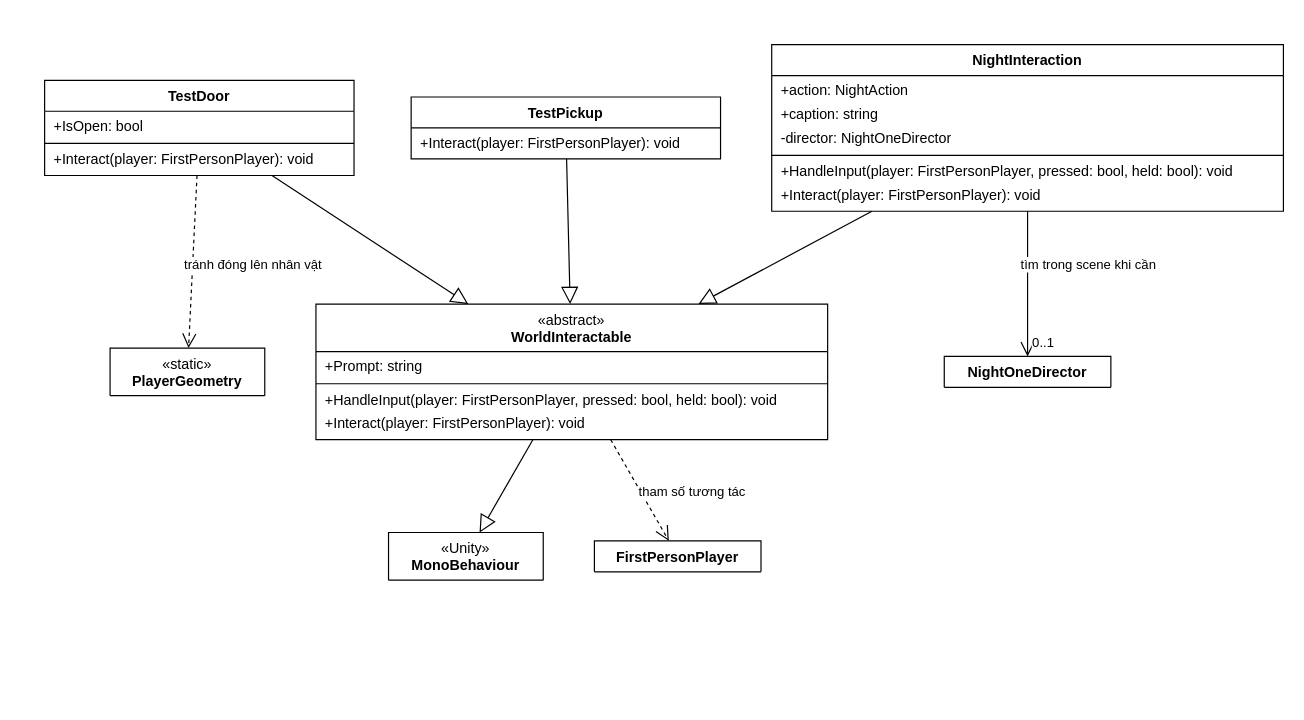
Above: page "Tương tác" (2 of 9) of docs/thiet-ke/lop-game/luoc-do-lop-game.drawio in qivarnq3g/3-gio-12 (draw.io), before the change. Source tidied: cells renumbered, new cells numbered last; positions are measured from the earlier drawing's top-left corner, leaving out a move shared by most shapes. Both pictures are drawn from the tidied source at 119%, with x=0, y=0 at pixel (44, 44).
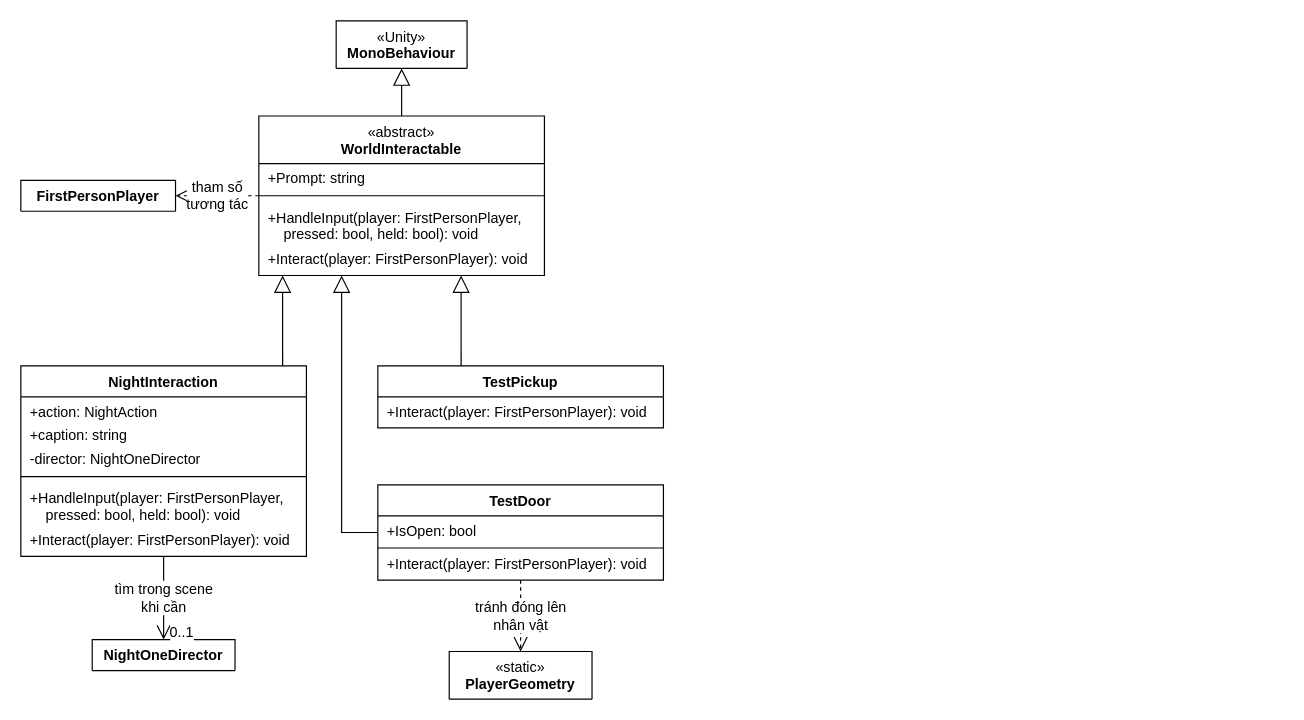
The same page after the edit.

Change to the diagram source:
```diff
@@
     <mxCell id="2" value="«Unity»&lt;br&gt;&lt;b&gt;MonoBehaviour&lt;/b&gt;" style="swimlane;fontStyle=0;html=1;align=center;verticalAlign=top;horizontal=1;startSize=40;whiteSpace=wrap;fontFamily=Arial;fontSize=12;fillColor=#ffffff;swimlaneFillColor=#ffffff;" parent="1" vertex="1">
-      <mxGeometry x="289" y="410" width="130" height="40" as="geometry" />
+      <mxGeometry x="245" y="-20" width="110" height="40" as="geometry" />
     </mxCell>
-    <mxCell id="3" value="&lt;b&gt;FirstPersonPlayer&lt;/b&gt;" style="swimlane;fontStyle=0;html=1;align=center;verticalAlign=top;horizontal=1;startSize=26;whiteSpace=wrap;fontFamily=Arial;fontSize=12;fillColor=#ffffff;swimlaneFillColor=#ffffff;" parent="1" vertex="1">
-      <mxGeometry x="462" y="417" width="140" height="26" as="geometry" />
-    </mxCell>
     <mxCell id="4" value="«abstract»&lt;br&gt;&lt;b&gt;WorldInteractable&lt;/b&gt;" style="swimlane;fontStyle=0;html=1;align=center;verticalAlign=top;horizontal=1;startSize=40;whiteSpace=wrap;fontFamily=Arial;fontSize=12;fillColor=#ffffff;swimlaneFillColor=#ffffff;" parent="1" vertex="1">
-      <mxGeometry x="228" y="218" width="430" height="114" as="geometry" />
+      <mxGeometry x="180" y="60" width="240" height="134" as="geometry" />
     </mxCell>
     <mxCell id="5" value="+Prompt: string" style="text;strokeColor=none;fillColor=none;align=left;verticalAlign=middle;spacingLeft=6;spacingRight=4;overflow=hidden;html=1;fontFamily=Arial;fontSize=12;" parent="4" vertex="1">
-      <mxGeometry y="43" width="430" height="20" as="geometry" />
+      <mxGeometry y="43" width="240" height="20" as="geometry" />
     </mxCell>
-    <mxCell id="6" style="line;strokeWidth=1;fillColor=none;align=left;verticalAlign=middle;spacingTop=-1;spacingLeft=3;spacingRight=3;labelPosition=right;" parent="4" vertex="1">
-      <mxGeometry y="63" width="430" height="8" as="geometry" />
-    </mxCell>
-    <mxCell id="7" value="+HandleInput(player: FirstPersonPlayer, pressed: bool, held: bool): void" style="text;strokeColor=none;fillColor=none;align=left;verticalAlign=middle;spacingLeft=6;spacingRight=4;overflow=hidden;html=1;fontFamily=Arial;fontSize=12;" parent="4" vertex="1">
-      <mxGeometry y="71" width="430" height="20" as="geometry" />
-    </mxCell>
-    <mxCell id="8" value="+Interact(player: FirstPersonPlayer): void" style="text;strokeColor=none;fillColor=none;align=left;verticalAlign=middle;spacingLeft=6;spacingRight=4;overflow=hidden;html=1;fontFamily=Arial;fontSize=12;" parent="4" vertex="1">
-      <mxGeometry y="91" width="430" height="20" as="geometry" />
-    </mxCell>
-    <mxCell id="9" value="&lt;b&gt;TestDoor&lt;/b&gt;" style="swimlane;fontStyle=0;html=1;align=center;verticalAlign=top;horizontal=1;startSize=26;whiteSpace=wrap;fontFamily=Arial;fontSize=12;fillColor=#ffffff;swimlaneFillColor=#ffffff;" parent="1" vertex="1">
-      <mxGeometry y="30" width="260" height="80" as="geometry" />
-    </mxCell>
-    <mxCell id="10" value="+IsOpen: bool" style="text;strokeColor=none;fillColor=none;align=left;verticalAlign=middle;spacingLeft=6;spacingRight=4;overflow=hidden;html=1;fontFamily=Arial;fontSize=12;" parent="9" vertex="1">
-      <mxGeometry y="29" width="260" height="20" as="geometry" />
-    </mxCell>
-    <mxCell id="11" style="line;strokeWidth=1;fillColor=none;align=left;verticalAlign=middle;spacingTop=-1;spacingLeft=3;spacingRight=3;labelPosition=right;" parent="9" vertex="1">
-      <mxGeometry y="49" width="260" height="8" as="geometry" />
-    </mxCell>
-    <mxCell id="12" value="+Interact(player: FirstPersonPlayer): void" style="text;strokeColor=none;fillColor=none;align=left;verticalAlign=middle;spacingLeft=6;spacingRight=4;overflow=hidden;html=1;fontFamily=Arial;fontSize=12;" parent="9" vertex="1">
-      <mxGeometry y="57" width="260" height="20" as="geometry" />
-    </mxCell>
-    <mxCell id="13" value="&lt;b&gt;TestPickup&lt;/b&gt;" style="swimlane;fontStyle=0;html=1;align=center;verticalAlign=top;horizontal=1;startSize=26;whiteSpace=wrap;fontFamily=Arial;fontSize=12;fillColor=#ffffff;swimlaneFillColor=#ffffff;" parent="1" vertex="1">
-      <mxGeometry x="308" y="44" width="260" height="52" as="geometry" />
-    </mxCell>
-    <mxCell id="14" value="+Interact(player: FirstPersonPlayer): void" style="text;strokeColor=none;fillColor=none;align=left;verticalAlign=middle;spacingLeft=6;spacingRight=4;overflow=hidden;html=1;fontFamily=Arial;fontSize=12;" parent="13" vertex="1">
-      <mxGeometry y="29" width="260" height="20" as="geometry" />
-    </mxCell>
+    <mxCell id="32" style="line;strokeWidth=1;fillColor=none;align=left;verticalAlign=middle;spacingTop=-1;spacingLeft=3;spacingRight=3;labelPosition=right;" parent="4" vertex="1">
+      <mxGeometry y="63" width="240" height="8" as="geometry" />
+    </mxCell>
+    <mxCell id="33" value="+HandleInput(player: FirstPersonPlayer, &lt;br&gt;&amp;nbsp;&amp;nbsp;&amp;nbsp;&amp;nbsp;pressed: bool, held: bool): void" style="text;strokeColor=none;fillColor=none;align=left;spacingLeft=6;spacingRight=4;overflow=hidden;html=1;fontFamily=Arial;verticalAlign=top;spacingTop=1;" parent="4" vertex="1">
+      <mxGeometry y="71" width="240" height="40" as="geometry" />
+    </mxCell>
+    <mxCell id="34" value="+Interact(player: FirstPersonPlayer): void" style="text;strokeColor=none;fillColor=none;align=left;verticalAlign=middle;spacingLeft=6;spacingRight=4;overflow=hidden;html=1;fontFamily=Arial;fontSize=12;" parent="4" vertex="1">
+      <mxGeometry y="111" width="240" height="20" as="geometry" />
+    </mxCell>
+    <mxCell id="3" value="&lt;b&gt;FirstPersonPlayer&lt;/b&gt;" style="swimlane;fontStyle=0;html=1;align=center;verticalAlign=top;horizontal=1;startSize=26;whiteSpace=wrap;fontFamily=Arial;fontSize=12;fillColor=#ffffff;swimlaneFillColor=#ffffff;" parent="1" vertex="1">
+      <mxGeometry x="-20" y="114" width="130" height="26" as="geometry" />
+    </mxCell>
     <mxCell id="15" value="&lt;b&gt;NightInteraction&lt;/b&gt;" style="swimlane;fontStyle=0;html=1;align=center;verticalAlign=top;horizontal=1;startSize=26;whiteSpace=wrap;fontFamily=Arial;fontSize=12;fillColor=#ffffff;swimlaneFillColor=#ffffff;" parent="1" vertex="1">
-      <mxGeometry x="611" width="430" height="140" as="geometry" />
+      <mxGeometry x="-20" y="270" width="240" height="160" as="geometry" />
     </mxCell>
     <mxCell id="16" value="+action: NightAction" style="text;strokeColor=none;fillColor=none;align=left;verticalAlign=middle;spacingLeft=6;spacingRight=4;overflow=hidden;html=1;fontFamily=Arial;fontSize=12;" parent="15" vertex="1">
-      <mxGeometry y="29" width="430" height="20" as="geometry" />
+      <mxGeometry y="29" width="240" height="20" as="geometry" />
     </mxCell>
     <mxCell id="17" value="+caption: string" style="text;strokeColor=none;fillColor=none;align=left;verticalAlign=middle;spacingLeft=6;spacingRight=4;overflow=hidden;html=1;fontFamily=Arial;fontSize=12;" parent="15" vertex="1">
-      <mxGeometry y="49" width="430" height="20" as="geometry" />
+      <mxGeometry y="49" width="240" height="20" as="geometry" />
     </mxCell>
     <mxCell id="18" value="-director: NightOneDirector" style="text;strokeColor=none;fillColor=none;align=left;verticalAlign=middle;spacingLeft=6;spacingRight=4;overflow=hidden;html=1;fontFamily=Arial;fontSize=12;" parent="15" vertex="1">
-      <mxGeometry y="69" width="430" height="20" as="geometry" />
+      <mxGeometry y="69" width="240" height="20" as="geometry" />
     </mxCell>
-    <mxCell id="19" style="line;strokeWidth=1;fillColor=none;align=left;verticalAlign=middle;spacingTop=-1;spacingLeft=3;spacingRight=3;labelPosition=right;" parent="15" vertex="1">
-      <mxGeometry y="89" width="430" height="8" as="geometry" />
-    </mxCell>
-    <mxCell id="20" value="+HandleInput(player: FirstPersonPlayer, pressed: bool, held: bool): void" style="text;strokeColor=none;fillColor=none;align=left;verticalAlign=middle;spacingLeft=6;spacingRight=4;overflow=hidden;html=1;fontFamily=Arial;fontSize=12;" parent="15" vertex="1">
-      <mxGeometry y="97" width="430" height="20" as="geometry" />
-    </mxCell>
-    <mxCell id="21" value="+Interact(player: FirstPersonPlayer): void" style="text;strokeColor=none;fillColor=none;align=left;verticalAlign=middle;spacingLeft=6;spacingRight=4;overflow=hidden;html=1;fontFamily=Arial;fontSize=12;" parent="15" vertex="1">
-      <mxGeometry y="117" width="430" height="20" as="geometry" />
-    </mxCell>
+    <mxCell id="35" style="line;strokeWidth=1;fillColor=none;align=left;verticalAlign=middle;spacingTop=-1;spacingLeft=3;spacingRight=3;labelPosition=right;" parent="15" vertex="1">
+      <mxGeometry y="89" width="240" height="8" as="geometry" />
+    </mxCell>
+    <mxCell id="36" value="+HandleInput(player: FirstPersonPlayer, &lt;br&gt;&amp;nbsp;&amp;nbsp;&amp;nbsp;&amp;nbsp;pressed: bool, held: bool): void" style="text;strokeColor=none;fillColor=none;align=left;spacingLeft=6;spacingRight=4;overflow=hidden;html=1;fontFamily=Arial;verticalAlign=top;spacingTop=1;" parent="15" vertex="1">
+      <mxGeometry y="97" width="240" height="40" as="geometry" />
+    </mxCell>
+    <mxCell id="37" value="+Interact(player: FirstPersonPlayer): void" style="text;strokeColor=none;fillColor=none;align=left;verticalAlign=middle;spacingLeft=6;spacingRight=4;overflow=hidden;html=1;fontFamily=Arial;fontSize=12;" parent="15" vertex="1">
+      <mxGeometry y="137" width="240" height="20" as="geometry" />
+    </mxCell>
+    <mxCell id="23" value="&lt;b&gt;NightOneDirector&lt;/b&gt;" style="swimlane;fontStyle=0;html=1;align=center;verticalAlign=top;horizontal=1;startSize=26;whiteSpace=wrap;fontFamily=Arial;fontSize=12;fillColor=#ffffff;swimlaneFillColor=#ffffff;" parent="1" vertex="1">
+      <mxGeometry x="40" y="500" width="120" height="26" as="geometry" />
+    </mxCell>
+    <mxCell id="13" value="&lt;b&gt;TestPickup&lt;/b&gt;" style="swimlane;fontStyle=0;html=1;align=center;verticalAlign=top;horizontal=1;startSize=26;whiteSpace=wrap;fontFamily=Arial;fontSize=12;fillColor=#ffffff;swimlaneFillColor=#ffffff;" parent="1" vertex="1">
+      <mxGeometry x="280" y="270" width="240" height="52" as="geometry" />
+    </mxCell>
+    <mxCell id="38" value="+Interact(player: FirstPersonPlayer): void" style="text;strokeColor=none;fillColor=none;align=left;verticalAlign=middle;spacingLeft=6;spacingRight=4;overflow=hidden;html=1;fontFamily=Arial;fontSize=12;" parent="13" vertex="1">
+      <mxGeometry y="29" width="240" height="20" as="geometry" />
+    </mxCell>
+    <mxCell id="9" value="&lt;b&gt;TestDoor&lt;/b&gt;" style="swimlane;fontStyle=0;html=1;align=center;verticalAlign=top;horizontal=1;startSize=26;whiteSpace=wrap;fontFamily=Arial;fontSize=12;fillColor=#ffffff;swimlaneFillColor=#ffffff;" parent="1" vertex="1">
+      <mxGeometry x="280" y="370" width="240" height="80" as="geometry" />
+    </mxCell>
+    <mxCell id="10" value="+IsOpen: bool" style="text;strokeColor=none;fillColor=none;align=left;verticalAlign=middle;spacingLeft=6;spacingRight=4;overflow=hidden;html=1;fontFamily=Arial;fontSize=12;" parent="9" vertex="1">
+      <mxGeometry y="29" width="240" height="20" as="geometry" />
+    </mxCell>
+    <mxCell id="39" style="line;strokeWidth=1;fillColor=none;align=left;verticalAlign=middle;spacingTop=-1;spacingLeft=3;spacingRight=3;labelPosition=right;" parent="9" vertex="1">
+      <mxGeometry y="49" width="240" height="8" as="geometry" />
+    </mxCell>
+    <mxCell id="40" value="+Interact(player: FirstPersonPlayer): void" style="text;strokeColor=none;fillColor=none;align=left;verticalAlign=middle;spacingLeft=6;spacingRight=4;overflow=hidden;html=1;fontFamily=Arial;fontSize=12;" parent="9" vertex="1">
+      <mxGeometry y="57" width="240" height="20" as="geometry" />
+    </mxCell>
     <mxCell id="22" value="«static»&lt;br&gt;&lt;b&gt;PlayerGeometry&lt;/b&gt;" style="swimlane;fontStyle=0;html=1;align=center;verticalAlign=top;horizontal=1;startSize=40;whiteSpace=wrap;fontFamily=Arial;fontSize=12;fillColor=#ffffff;swimlaneFillColor=#ffffff;" parent="1" vertex="1">
-      <mxGeometry x="55" y="255" width="130" height="40" as="geometry" />
+      <mxGeometry x="340" y="510" width="120" height="40" as="geometry" />
     </mxCell>
-    <mxCell id="23" value="&lt;b&gt;NightOneDirector&lt;/b&gt;" style="swimlane;fontStyle=0;html=1;align=center;verticalAlign=top;horizontal=1;startSize=26;whiteSpace=wrap;fontFamily=Arial;fontSize=12;fillColor=#ffffff;swimlaneFillColor=#ffffff;" parent="1" vertex="1">
-      <mxGeometry x="756" y="262" width="140" height="26" as="geometry" />
-    </mxCell>
-    <mxCell id="24" style="html=1;rounded=0;fontFamily=Arial;fontSize=11;labelBackgroundColor=#ffffff;endArrow=block;endFill=0;endSize=12;" parent="1" edge="1" source="4" target="2">
+    <mxCell id="24" style="html=1;fontFamily=Arial;endArrow=block;endFill=0;endSize=12;edgeStyle=orthogonalEdgeStyle;rounded=0;fontSize=12;labelBackgroundColor=#ffffff;exitY=0;exitX=0.5;entryY=1;entryX=0.5;exitPerimeter=0;entryPerimeter=0;" parent="1" edge="1" source="4" target="2">
       <mxGeometry relative="1" as="geometry" />
     </mxCell>
-    <mxCell id="25" style="html=1;rounded=0;fontFamily=Arial;fontSize=11;labelBackgroundColor=#ffffff;endArrow=block;endFill=0;endSize=12;" parent="1" edge="1" source="9" target="4">
+    <mxCell id="25" style="html=1;fontFamily=Arial;endArrow=block;endFill=0;endSize=12;edgeStyle=orthogonalEdgeStyle;rounded=0;fontSize=12;labelBackgroundColor=#ffffff;exitX=0;exitY=0.5;exitPerimeter=0;entryX=0.29;entryY=1;entryPerimeter=0;" parent="1" edge="1" source="9" target="4">
       <mxGeometry relative="1" as="geometry" />
     </mxCell>
-    <mxCell id="26" style="html=1;rounded=0;fontFamily=Arial;fontSize=11;labelBackgroundColor=#ffffff;endArrow=block;endFill=0;endSize=12;" parent="1" edge="1" source="13" target="4">
+    <mxCell id="26" style="html=1;fontFamily=Arial;endArrow=block;endFill=0;endSize=12;edgeStyle=orthogonalEdgeStyle;rounded=0;fontSize=12;labelBackgroundColor=#ffffff;exitY=0;exitX=0.2917;entryY=1;entryX=0.7083;exitPerimeter=0;entryPerimeter=0;" parent="1" edge="1" source="13" target="4">
       <mxGeometry relative="1" as="geometry" />
     </mxCell>
-    <mxCell id="27" style="html=1;rounded=0;fontFamily=Arial;fontSize=11;labelBackgroundColor=#ffffff;endArrow=block;endFill=0;endSize=12;" parent="1" edge="1" source="15" target="4">
+    <mxCell id="27" style="html=1;fontFamily=Arial;endArrow=block;endFill=0;endSize=12;edgeStyle=orthogonalEdgeStyle;rounded=0;fontSize=12;labelBackgroundColor=#ffffff;exitY=0;exitX=0.9167;entryY=1;entryX=0.0833;exitPerimeter=0;entryPerimeter=0;" parent="1" edge="1" source="15" target="4">
       <mxGeometry relative="1" as="geometry" />
     </mxCell>
-    <mxCell id="28" value="tránh đóng lên nhân vật" style="html=1;rounded=0;fontFamily=Arial;fontSize=11;labelBackgroundColor=#ffffff;endArrow=open;endFill=0;endSize=10;dashed=1;" parent="1" edge="1" source="9" target="22">
-      <mxGeometry relative="1" as="geometry">
-        <mxPoint x="51" y="2" as="offset" />
-      </mxGeometry>
+    <mxCell id="28" value="tránh đóng lên&lt;br&gt;nhân vật" style="html=1;fontFamily=Arial;endArrow=open;endFill=0;endSize=10;dashed=1;edgeStyle=orthogonalEdgeStyle;rounded=0;fontSize=12;labelBackgroundColor=#ffffff;exitY=1;exitX=0.5;entryY=0;entryX=0.5;exitPerimeter=0;entryPerimeter=0;" parent="1" edge="1" source="9" target="22">
+      <mxGeometry relative="1" as="geometry" />
     </mxCell>
-    <mxCell id="29" value="tham số tương tác" style="html=1;rounded=0;fontFamily=Arial;fontSize=11;labelBackgroundColor=#ffffff;endArrow=open;endFill=0;endSize=10;dashed=1;" parent="1" edge="1" source="4" target="3">
-      <mxGeometry relative="1" as="geometry">
-        <mxPoint x="44" y="2" as="offset" />
-      </mxGeometry>
+    <mxCell id="29" value="tham số&lt;br&gt;tương tác" style="html=1;fontFamily=Arial;endArrow=open;endFill=0;endSize=10;dashed=1;edgeStyle=orthogonalEdgeStyle;rounded=0;fontSize=12;labelBackgroundColor=#ffffff;exitX=0;exitY=0.5;entryX=1;entryY=0.5;exitPerimeter=0;entryPerimeter=0;" parent="1" edge="1" source="4" target="3">
+      <mxGeometry relative="1" as="geometry" />
     </mxCell>
-    <mxCell id="30" value="tìm trong scene khi cần" style="html=1;rounded=0;fontFamily=Arial;fontSize=11;labelBackgroundColor=#ffffff;endArrow=open;endFill=0;endSize=10;" parent="1" edge="1" source="15" target="23">
-      <mxGeometry relative="1" as="geometry">
-        <mxPoint x="51" y="-16" as="offset" />
-      </mxGeometry>
+    <mxCell id="30" value="tìm trong scene&lt;br&gt;khi cần" style="html=1;fontFamily=Arial;endArrow=open;endFill=0;endSize=10;edgeStyle=orthogonalEdgeStyle;rounded=0;fontSize=12;labelBackgroundColor=#ffffff;exitY=1;exitX=0.5;entryY=0;entryX=0.5;exitPerimeter=0;entryPerimeter=0;" parent="1" edge="1" source="15" target="23">
+      <mxGeometry relative="1" as="geometry" />
     </mxCell>
-    <mxCell id="31" value="0..1" style="html=1;align=center;verticalAlign=middle;fontFamily=Arial;fontSize=11;labelBackgroundColor=#ffffff;" parent="30" vertex="1">
+    <mxCell id="31" value="0..1" style="html=1;align=center;verticalAlign=middle;fontFamily=Arial;labelBackgroundColor=#ffffff;fontSize=12;" parent="30" vertex="1">
       <mxGeometry x="0.8" relative="1" as="geometry">
-        <mxPoint x="12" as="offset" />
+        <mxPoint x="14" as="offset" />
       </mxGeometry>
     </mxCell>
```
